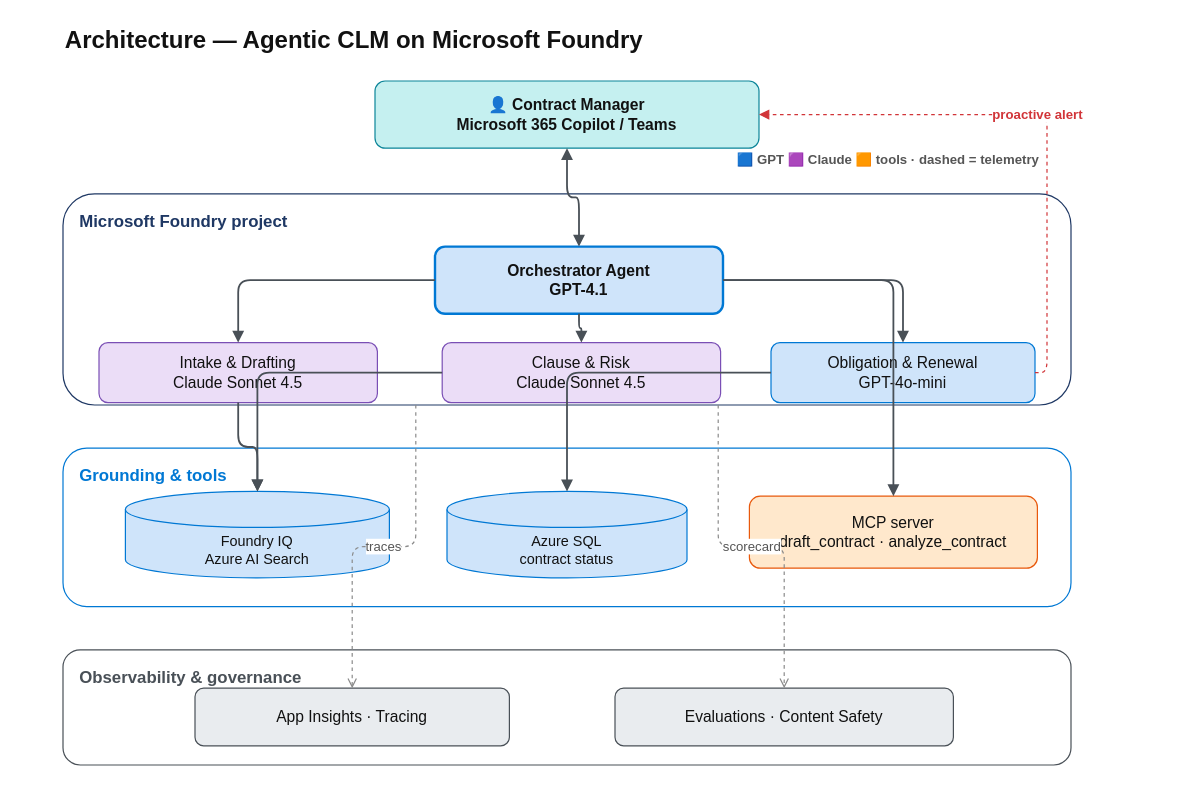
Before: docs/diagrams/architecture.drawio in glejdis/microhack-aiagents, a draw.io diagram. Source tidied: cells renumbered, new cells numbered last; positions are measured from the earlier drawing's top-left corner, leaving out a move shared by most shapes. Both pictures are drawn from the tidied source at 120%, with x=0, y=0 at pixel (62, 20).
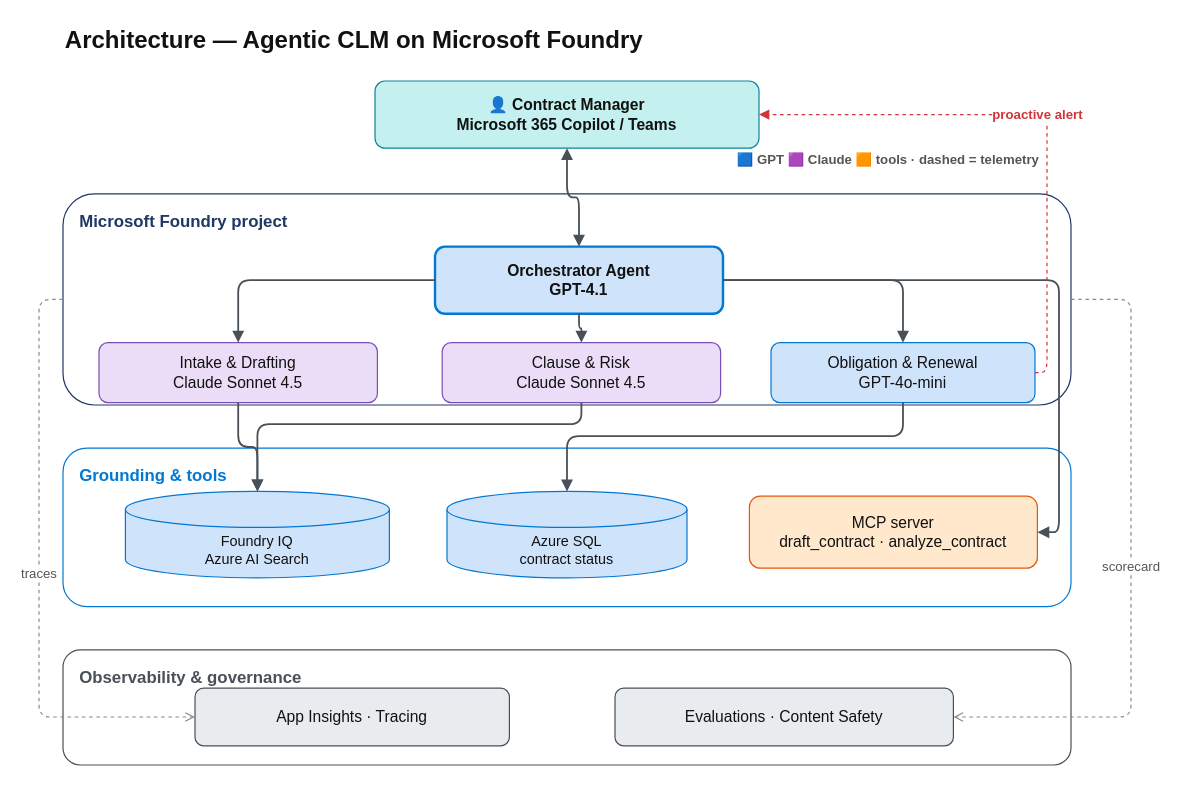
After the change.

Commit message (it also covers changes not shown here):
Update architecture diagram; remove obsolete excalidraw

Unchanged cells that the change refers to:
```xml
<mxCell id="3" value="Microsoft Foundry project" style="rounded=1;whiteSpace=wrap;html=1;fillColor=none;strokeColor=#1F3864;verticalAlign=top;align=left;spacingLeft=12;spacingTop=8;fontStyle=1;fontSize=14;fontColor=#1F3864;dashed=0;" parent="1" vertex="1">
  <mxGeometry y="144" width="840" height="176" as="geometry" />
</mxCell>
<mxCell id="7" value="Orchestrator Agent&lt;br&gt;GPT-4.1" style="rounded=1;whiteSpace=wrap;html=1;fillColor=#CFE4FA;strokeColor=#0078D4;fontColor=#111111;fontSize=13;strokeWidth=2;fontStyle=1;" parent="1" vertex="1">
  <mxGeometry x="310" y="188" width="240" height="56" as="geometry" />
</mxCell>
<mxCell id="9" value="Clause &amp;amp; Risk&lt;br&gt;Claude Sonnet 4.5" style="rounded=1;whiteSpace=wrap;html=1;fillColor=#EBDDF7;strokeColor=#7A4FB5;fontColor=#111111;fontSize=13;strokeWidth=1;" parent="1" vertex="1">
  <mxGeometry x="316" y="268" width="232" height="50" as="geometry" />
</mxCell>
<mxCell id="10" value="Obligation &amp;amp; Renewal&lt;br&gt;GPT-4o-mini" style="rounded=1;whiteSpace=wrap;html=1;fillColor=#CFE4FA;strokeColor=#0078D4;fontColor=#111111;fontSize=13;strokeWidth=1;" parent="1" vertex="1">
  <mxGeometry x="590" y="268" width="220" height="50" as="geometry" />
</mxCell>
<mxCell id="11" value="Foundry IQ&lt;br&gt;Azure AI Search" style="shape=cylinder3;whiteSpace=wrap;html=1;boundedLbl=1;backgroundOutline=1;fillColor=#CFE4FA;strokeColor=#0078D4;fontColor=#111111;fontSize=12;" parent="1" vertex="1">
  <mxGeometry x="52" y="392" width="220" height="72" as="geometry" />
</mxCell>
<mxCell id="12" value="Azure SQL&lt;br&gt;contract status" style="shape=cylinder3;whiteSpace=wrap;html=1;boundedLbl=1;backgroundOutline=1;fillColor=#CFE4FA;strokeColor=#0078D4;fontColor=#111111;fontSize=12;" parent="1" vertex="1">
  <mxGeometry x="320" y="392" width="200" height="72" as="geometry" />
</mxCell>
<mxCell id="13" value="MCP server&lt;br&gt;draft_contract · analyze_contract" style="rounded=1;whiteSpace=wrap;html=1;fillColor=#FFE8CC;strokeColor=#E8590C;fontColor=#111111;fontSize=13;strokeWidth=1;" parent="1" vertex="1">
  <mxGeometry x="572" y="396" width="240" height="60" as="geometry" />
</mxCell>
<mxCell id="14" value="App Insights · Tracing" style="rounded=1;whiteSpace=wrap;html=1;fillColor=#E9ECEF;strokeColor=#495057;fontColor=#111111;fontSize=13;strokeWidth=1;" parent="1" vertex="1">
  <mxGeometry x="110" y="556" width="262" height="48" as="geometry" />
</mxCell>
<mxCell id="15" value="Evaluations · Content Safety" style="rounded=1;whiteSpace=wrap;html=1;fillColor=#E9ECEF;strokeColor=#495057;fontColor=#111111;fontSize=13;strokeWidth=1;" parent="1" vertex="1">
  <mxGeometry x="460" y="556" width="282" height="48" as="geometry" />
</mxCell>
```

The edit, as a diff of the source:
```diff
@@
     <mxCell id="22" style="edgeStyle=orthogonalEdgeStyle;rounded=1;html=1;strokeColor=#495057;endArrow=block;strokeWidth=1.5;" parent="1" edge="1" source="9" target="11">
-      <mxGeometry relative="1" as="geometry" />
+      <mxGeometry relative="1" as="geometry">
+        <Array as="points">
+          <mxPoint x="432" y="336" />
+          <mxPoint x="162" y="336" />
+        </Array>
+      </mxGeometry>
     </mxCell>
     <mxCell id="23" style="edgeStyle=orthogonalEdgeStyle;rounded=1;html=1;strokeColor=#495057;endArrow=block;strokeWidth=1.5;" parent="1" edge="1" source="10" target="12">
-      <mxGeometry relative="1" as="geometry" />
+      <mxGeometry relative="1" as="geometry">
+        <Array as="points">
+          <mxPoint x="700" y="346" />
+          <mxPoint x="420" y="346" />
+        </Array>
+      </mxGeometry>
     </mxCell>
     <mxCell id="24" style="edgeStyle=orthogonalEdgeStyle;rounded=1;html=1;strokeColor=#495057;endArrow=block;strokeWidth=1.5;" parent="1" edge="1" source="7" target="13">
-      <mxGeometry relative="1" as="geometry" />
+      <mxGeometry relative="1" as="geometry">
+        <Array as="points">
+          <mxPoint x="830" y="216" />
+          <mxPoint x="830" y="426" />
+        </Array>
+      </mxGeometry>
     </mxCell>
-    <mxCell id="25" value="traces" style="edgeStyle=orthogonalEdgeStyle;rounded=1;html=1;strokeColor=#8a8a8a;endArrow=open;dashed=1;fontColor=#555555;fontSize=11;exitX=0.35;exitY=1;entryX=0.5;entryY=0;" parent="1" edge="1" source="3" target="14">
-      <mxGeometry relative="1" as="geometry" />
+    <mxCell id="25" value="traces" style="edgeStyle=orthogonalEdgeStyle;rounded=1;html=1;strokeColor=#8a8a8a;endArrow=open;dashed=1;fontColor=#555555;fontSize=11;exitX=0;exitY=0.5;entryX=0;entryY=0.5;exitDx=0;exitDy=0;entryDx=0;entryDy=0;" parent="1" edge="1" source="3" target="14">
+      <mxGeometry relative="1" as="geometry">
+        <Array as="points">
+          <mxPoint x="-20" y="232" />
+          <mxPoint x="-20" y="580" />
+        </Array>
+      </mxGeometry>
     </mxCell>
-    <mxCell id="26" value="scorecard" style="edgeStyle=orthogonalEdgeStyle;rounded=1;html=1;strokeColor=#8a8a8a;endArrow=open;dashed=1;fontColor=#555555;fontSize=11;exitX=0.65;exitY=1;entryX=0.5;entryY=0;" parent="1" edge="1" source="3" target="15">
-      <mxGeometry relative="1" as="geometry" />
+    <mxCell id="26" value="scorecard" style="edgeStyle=orthogonalEdgeStyle;rounded=1;html=1;strokeColor=#8a8a8a;endArrow=open;dashed=1;fontColor=#555555;fontSize=11;exitX=1;exitY=0.5;entryX=1;entryY=0.5;entryDx=0;entryDy=0;exitDx=0;exitDy=0;" parent="1" edge="1" source="3" target="15">
+      <mxGeometry relative="1" as="geometry">
+        <Array as="points">
+          <mxPoint x="890" y="232" />
+          <mxPoint x="890" y="580" />
+        </Array>
+      </mxGeometry>
     </mxCell>
```
